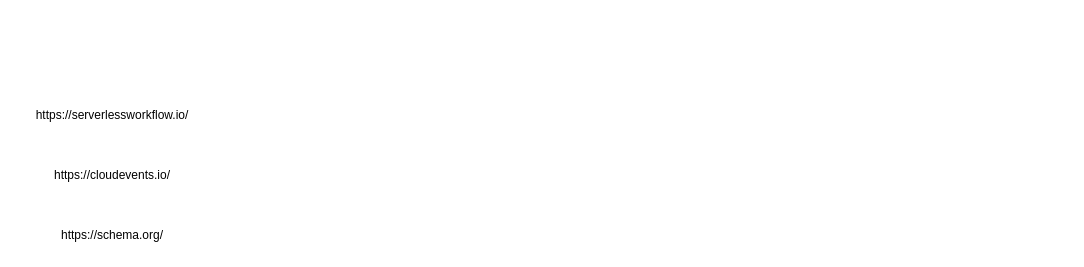
The draw.io diagram page "Standards" (4 of 4) of domain-capabilities.drawio in amjathsharief/architecture, before the edit. Source tidied: cells renumbered, new cells numbered last; positions are measured from the earlier drawing's top-left corner, leaving out a move shared by most shapes. Both pictures are drawn from the tidied source at 100%, with x=0, y=0 at pixel (17, 100).
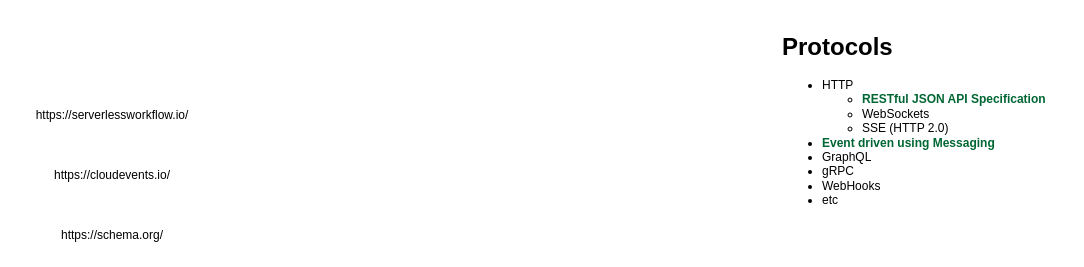
The same page after the edit.

Change to the diagram source:
```diff
@@
 <mxGraphModel>
   <root>
     <mxCell id="0" />
     <mxCell id="1" parent="0" />
     <mxCell id="2" value="https://serverlessworkflow.io/" style="text;html=1;strokeColor=none;fillColor=none;align=center;verticalAlign=middle;whiteSpace=wrap;rounded=0;" parent="1" vertex="1">
       <mxGeometry width="190" height="30" as="geometry" />
     </mxCell>
     <mxCell id="3" value="https://cloudevents.io/" style="text;html=1;strokeColor=none;fillColor=none;align=center;verticalAlign=middle;whiteSpace=wrap;rounded=0;" parent="1" vertex="1">
       <mxGeometry x="25" y="60" width="140" height="30" as="geometry" />
     </mxCell>
     <mxCell id="4" value="https://schema.org/" style="text;html=1;strokeColor=none;fillColor=none;align=center;verticalAlign=middle;whiteSpace=wrap;rounded=0;" parent="1" vertex="1">
       <mxGeometry x="65" y="120" width="60" height="30" as="geometry" />
     </mxCell>
+    <mxCell id="5" value="&lt;h1&gt;Protocols&lt;/h1&gt;&lt;p&gt;&lt;/p&gt;&lt;ul&gt;&lt;li&gt;HTTP&lt;/li&gt;&lt;ul&gt;&lt;li&gt;&lt;b&gt;&lt;font color=&quot;#006633&quot;&gt;RESTful JSON API Specification&lt;/font&gt;&lt;/b&gt;&lt;/li&gt;&lt;li&gt;WebSockets&lt;/li&gt;&lt;li&gt;SSE (HTTP 2.0)&lt;/li&gt;&lt;/ul&gt;&lt;li&gt;&lt;font color=&quot;#006633&quot;&gt;&lt;b&gt;Event driven using Messaging&lt;/b&gt;&lt;/font&gt;&lt;/li&gt;&lt;li&gt;GraphQL&lt;/li&gt;&lt;li&gt;gRPC&lt;/li&gt;&lt;li&gt;WebHooks&lt;/li&gt;&lt;li&gt;etc&lt;/li&gt;&lt;/ul&gt;&lt;p&gt;&lt;/p&gt;" style="text;html=1;strokeColor=none;fillColor=none;spacing=5;spacingTop=-20;whiteSpace=wrap;overflow=hidden;rounded=0;" parent="1" vertex="1">
+      <mxGeometry x="760" y="-73" width="290" height="193" as="geometry" />
+    </mxCell>
   </root>
 </mxGraphModel>
```
